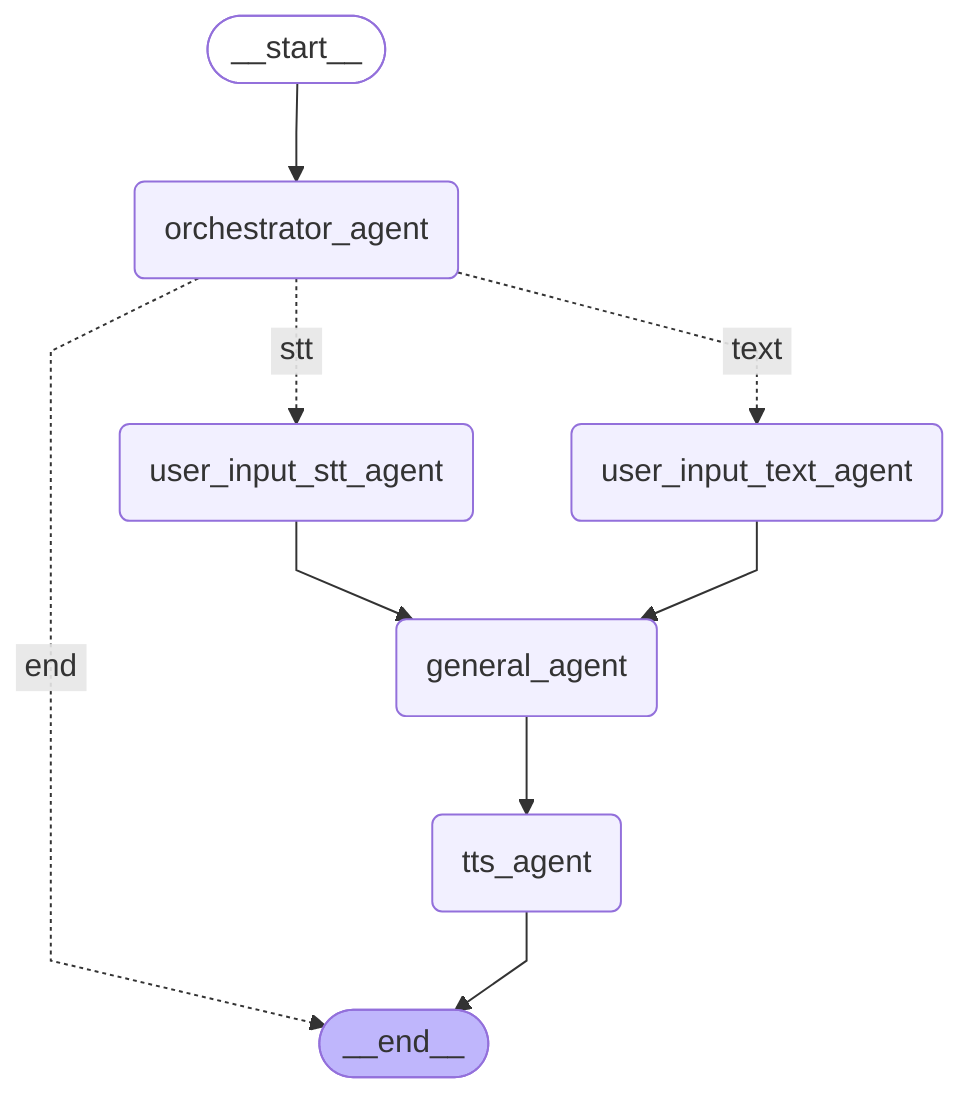
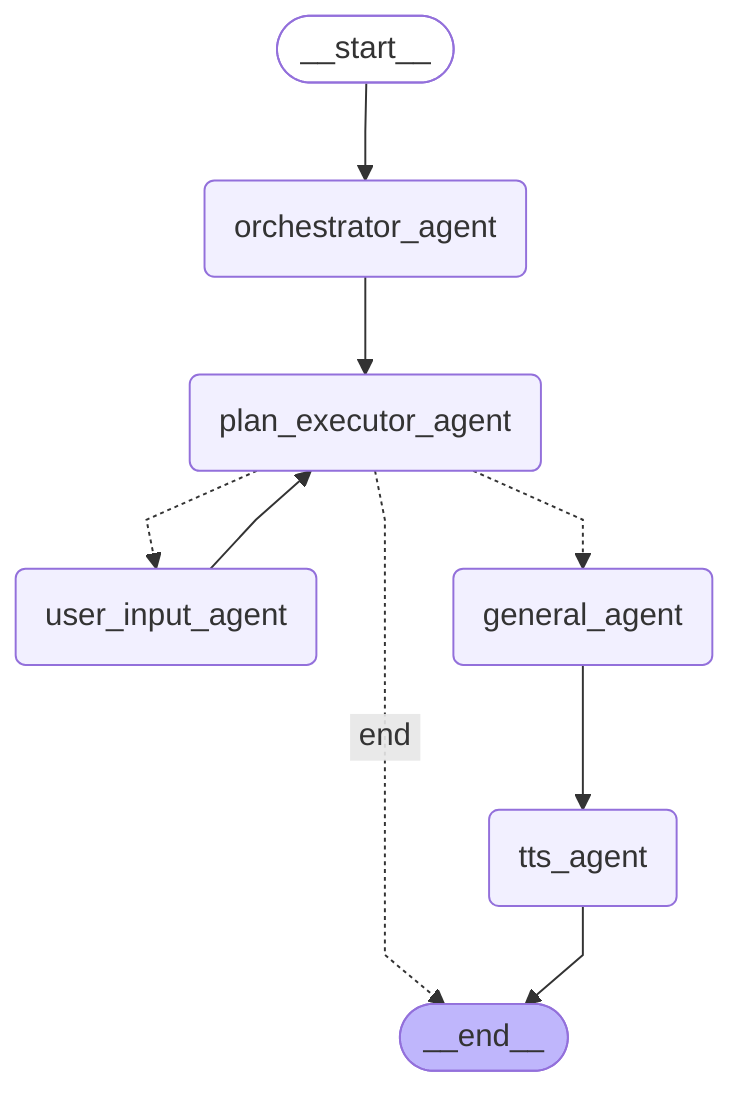
---
config:
  flowchart:
    curve: linear
---
graph TD;
	__start__([<p>__start__</p>]):::first
	orchestrator_agent(orchestrator_agent)
- 	user_input_stt_agent(user_input_stt_agent)
- 	user_input_text_agent(user_input_text_agent)
+ 	plan_executor_agent(plan_executor_agent)
+ 	user_input_agent(user_input_agent)
	general_agent(general_agent)
	tts_agent(tts_agent)
	__end__([<p>__end__</p>]):::last
	__start__ --> orchestrator_agent;
	general_agent --> tts_agent;
- 	orchestrator_agent -. &nbsp;end&nbsp; .-> __end__;
- 	orchestrator_agent -. &nbsp;stt&nbsp; .-> user_input_stt_agent;
- 	orchestrator_agent -. &nbsp;text&nbsp; .-> user_input_text_agent;
- 	user_input_stt_agent --> general_agent;
- 	user_input_text_agent --> general_agent;
+ 	orchestrator_agent --> plan_executor_agent;
+ 	plan_executor_agent -. &nbsp;end&nbsp; .-> __end__;
+ 	plan_executor_agent -.-> general_agent;
+ 	plan_executor_agent -.-> user_input_agent;
+ 	user_input_agent --> plan_executor_agent;
	tts_agent --> __end__;
	classDef default fill:#f2f0ff,line-height:1.2
	classDef first fill-opacity:0
	classDef last fill:#bfb6fc
